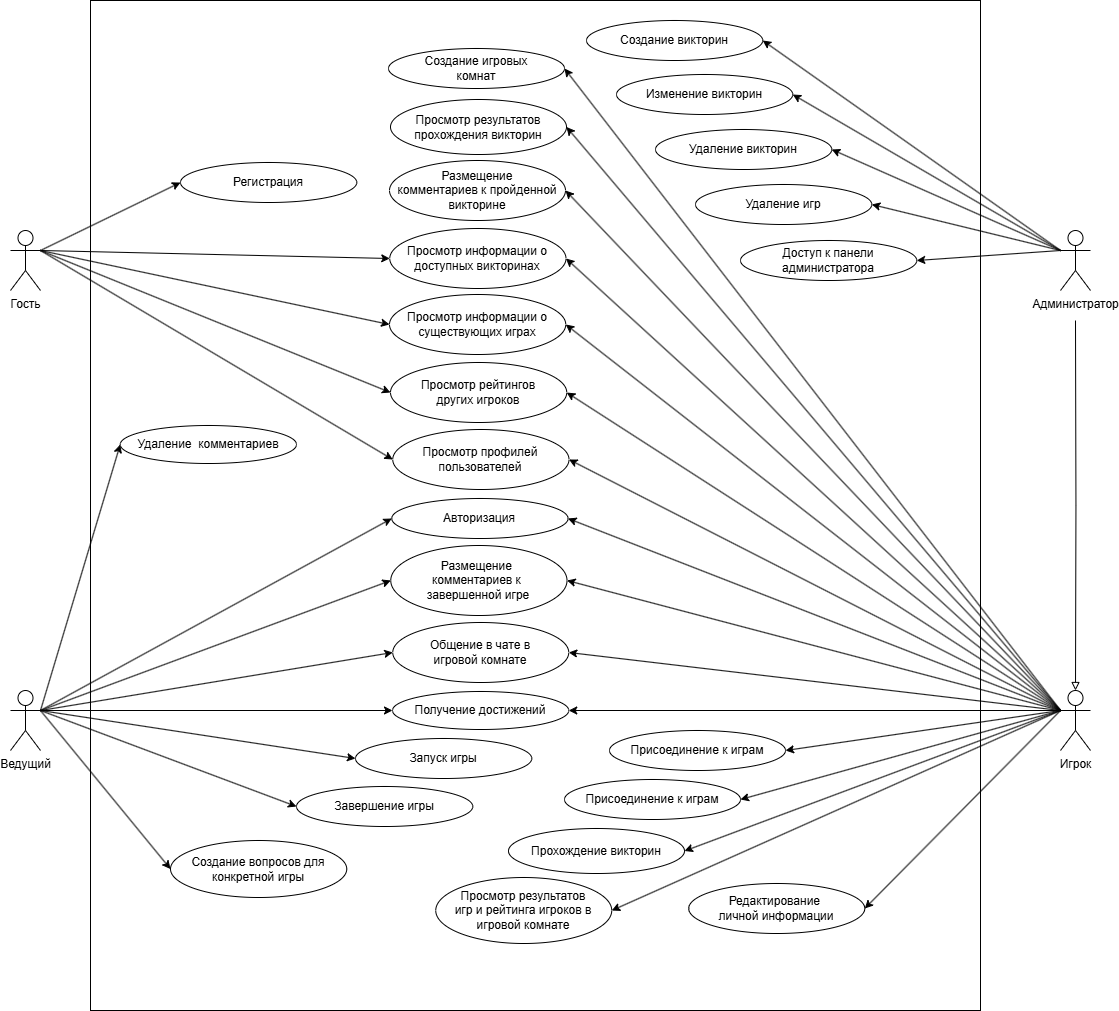
The draw.io diagram !GP_Documentation/DIAGRAMS/UseCase_v1.drawio.png in pome1lo/Bellini, before a commit. Source tidied: cells renumbered, new cells last; positions are measured from the earlier drawing's top-left corner, leaving out a move shared by most shapes.
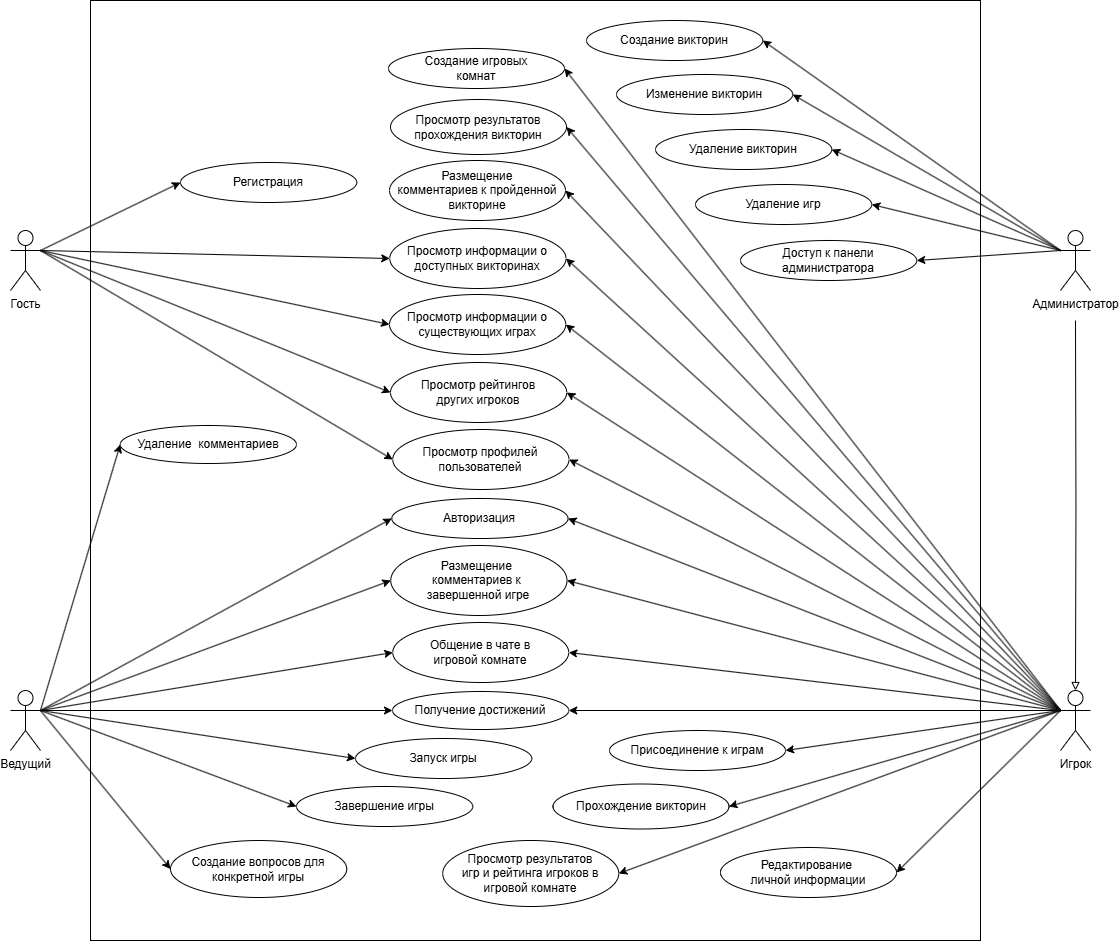
After the change.

Change to the diagram source:
```diff
@@ -3,7 +3,7 @@
     <mxCell id="0" />
     <mxCell id="1" parent="0" />
     <mxCell id="2" style="rounded=0;whiteSpace=wrap;html=1;" parent="1" vertex="1">
-      <mxGeometry x="80" width="890" height="1010" as="geometry" />
+      <mxGeometry x="80" width="890" height="940" as="geometry" />
     </mxCell>
     <mxCell id="3" style="rounded=0;jettySize=auto;html=1;entryX=0;entryY=0.5;entryDx=0;entryDy=0;exitX=1;exitY=0.3333333333333333;exitDx=0;exitDy=0;exitPerimeter=0;" parent="1" edge="1" source="5" target="6">
       <mxGeometry relative="1" as="geometry" />
@@ -47,9 +47,6 @@
     <mxCell id="16" style="rounded=0;jettySize=auto;html=1;exitX=0;exitY=0.3333333333333333;exitDx=0;exitDy=0;exitPerimeter=0;entryX=1;entryY=0.5;entryDx=0;entryDy=0;" parent="1" edge="1" source="22" target="73">
       <mxGeometry relative="1" as="geometry" />
     </mxCell>
-    <mxCell id="17" style="rounded=0;jettySize=auto;html=1;exitX=0;exitY=0.3333333333333333;exitDx=0;exitDy=0;exitPerimeter=0;entryX=1;entryY=0.5;entryDx=0;entryDy=0;" parent="1" edge="1" source="22" target="74">
-      <mxGeometry relative="1" as="geometry" />
-    </mxCell>
     <mxCell id="18" style="rounded=0;jettySize=auto;html=1;exitX=0;exitY=0.3333333333333333;exitDx=0;exitDy=0;exitPerimeter=0;entryX=1;entryY=0.5;entryDx=0;entryDy=0;" parent="1" edge="1" source="22" target="76">
       <mxGeometry relative="1" as="geometry" />
     </mxCell>
@@ -215,25 +212,22 @@
       <mxGeometry y="14" width="176" height="40" as="geometry" />
     </mxCell>
     <mxCell id="72" style="group;" parent="1" vertex="1">
-      <mxGeometry x="678.2" y="874" width="176" height="59" as="geometry" />
+      <mxGeometry x="710" y="838" width="176" height="59" as="geometry" />
     </mxCell>
     <mxCell id="73" value="Редактирование&amp;nbsp;&lt;div&gt;личной информации&lt;/div&gt;" style="ellipse;whiteSpace=wrap;html=1;" parent="72" vertex="1">
       <mxGeometry y="9" width="176" height="50" as="geometry" />
     </mxCell>
-    <mxCell id="74" value="Присоединение&amp;nbsp;&lt;span style=&quot;background-color: initial;&quot;&gt;к играм&lt;/span&gt;" style="ellipse;whiteSpace=wrap;html=1;" parent="1" vertex="1">
-      <mxGeometry x="554" y="779" width="176" height="40" as="geometry" />
-    </mxCell>
     <mxCell id="75" value="Присоединение&amp;nbsp;&lt;span style=&quot;background-color: initial;&quot;&gt;к играм&lt;/span&gt;" style="ellipse;whiteSpace=wrap;html=1;" parent="1" vertex="1">
       <mxGeometry x="599" y="730" width="176" height="40" as="geometry" />
     </mxCell>
     <mxCell id="76" value="Прохождение викторин" style="ellipse;whiteSpace=wrap;html=1;" parent="1" vertex="1">
-      <mxGeometry x="498" y="828" width="176" height="45" as="geometry" />
+      <mxGeometry x="542.5" y="783.5" width="176" height="45" as="geometry" />
     </mxCell>
     <mxCell id="77" value="Просмотр результатов прохождения викторин" style="ellipse;whiteSpace=wrap;html=1;" parent="1" vertex="1">
       <mxGeometry x="380" y="99" width="176" height="55" as="geometry" />
     </mxCell>
     <mxCell id="78" value="Просмотр результатов&lt;div&gt;игр и рейтинга игроков в игровой комнате&lt;/div&gt;" style="ellipse;whiteSpace=wrap;html=1;" parent="1" vertex="1">
-      <mxGeometry x="425.2" y="877" width="176" height="66" as="geometry" />
+      <mxGeometry x="432.2" y="840" width="176" height="66" as="geometry" />
     </mxCell>
   </root>
 </mxGraphModel>
```
